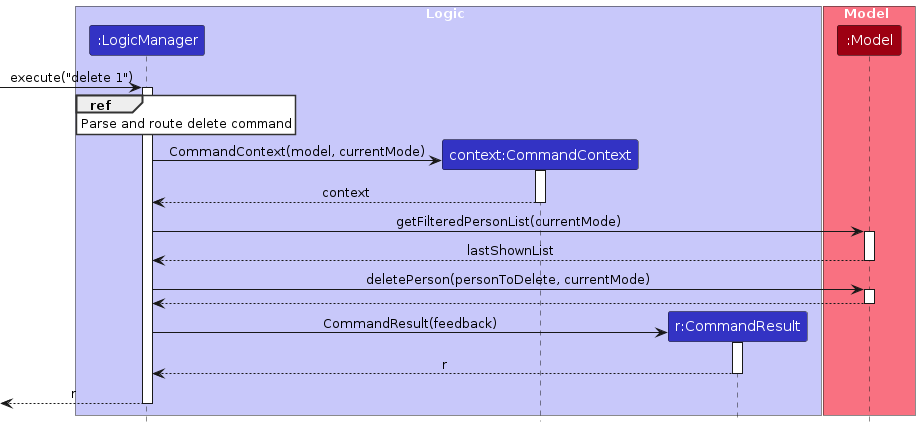
Before: diagrams/DeleteSequenceDiagram.png, a diagram exported from PlantUML (AY2526S2-CS2103T-T15-2/tp). Its source is kept beside it as diagrams/DeleteSequenceDiagram.puml.
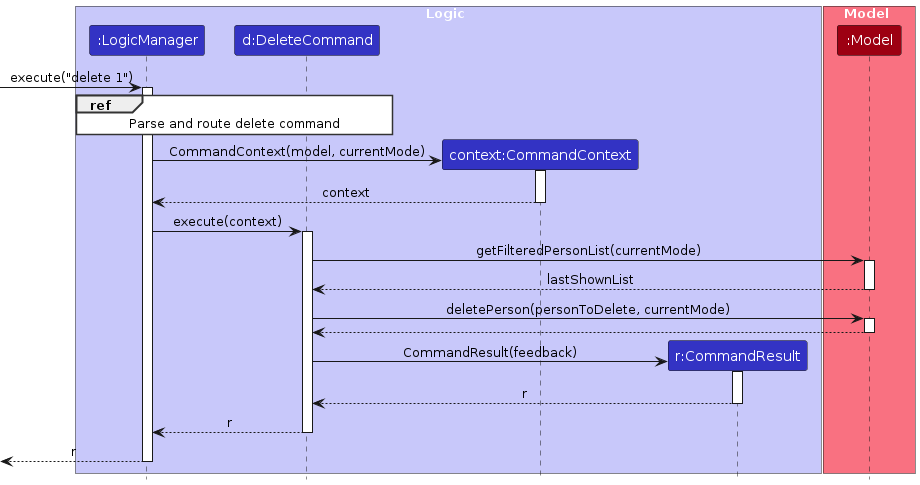
Above is the later version.

The edit, as a diff of the source:
```diff
@@ -8,6 +8,7 @@
 
 box Logic LOGIC_COLOR_T1
 participant ":LogicManager" as LogicManager LOGIC_COLOR
+participant "d:DeleteCommand" as DeleteCommand LOGIC_COLOR
 participant "context:CommandContext" as CommandContext LOGIC_COLOR
 participant "r:CommandResult" as CommandResult LOGIC_COLOR
 end box
@@ -19,7 +20,7 @@
 [-> LogicManager : execute("delete 1")
 activate LogicManager
 
-ref over LogicManager
+ref over LogicManager, DeleteCommand
 Parse and route delete command
 end ref
 
@@ -29,21 +30,27 @@
 CommandContext --> LogicManager : context
 deactivate CommandContext
 
-LogicManager -> Model : getFilteredPersonList(currentMode)
+LogicManager -> DeleteCommand : execute(context)
+activate DeleteCommand
+
+DeleteCommand -> Model : getFilteredPersonList(currentMode)
 activate Model
-Model --> LogicManager : lastShownList
+Model --> DeleteCommand : lastShownList
 deactivate Model
 
-LogicManager -> Model : deletePerson(personToDelete, currentMode)
+DeleteCommand -> Model : deletePerson(personToDelete, currentMode)
 activate Model
-Model --> LogicManager
+Model --> DeleteCommand
 deactivate Model
 
 create CommandResult
-LogicManager -> CommandResult : CommandResult(feedback)
+DeleteCommand -> CommandResult : CommandResult(feedback)
 activate CommandResult
-CommandResult --> LogicManager : r
+CommandResult --> DeleteCommand : r
 deactivate CommandResult
+
+DeleteCommand --> LogicManager : r
+deactivate DeleteCommand
 
 [<-- LogicManager : r
 deactivate LogicManager
```
